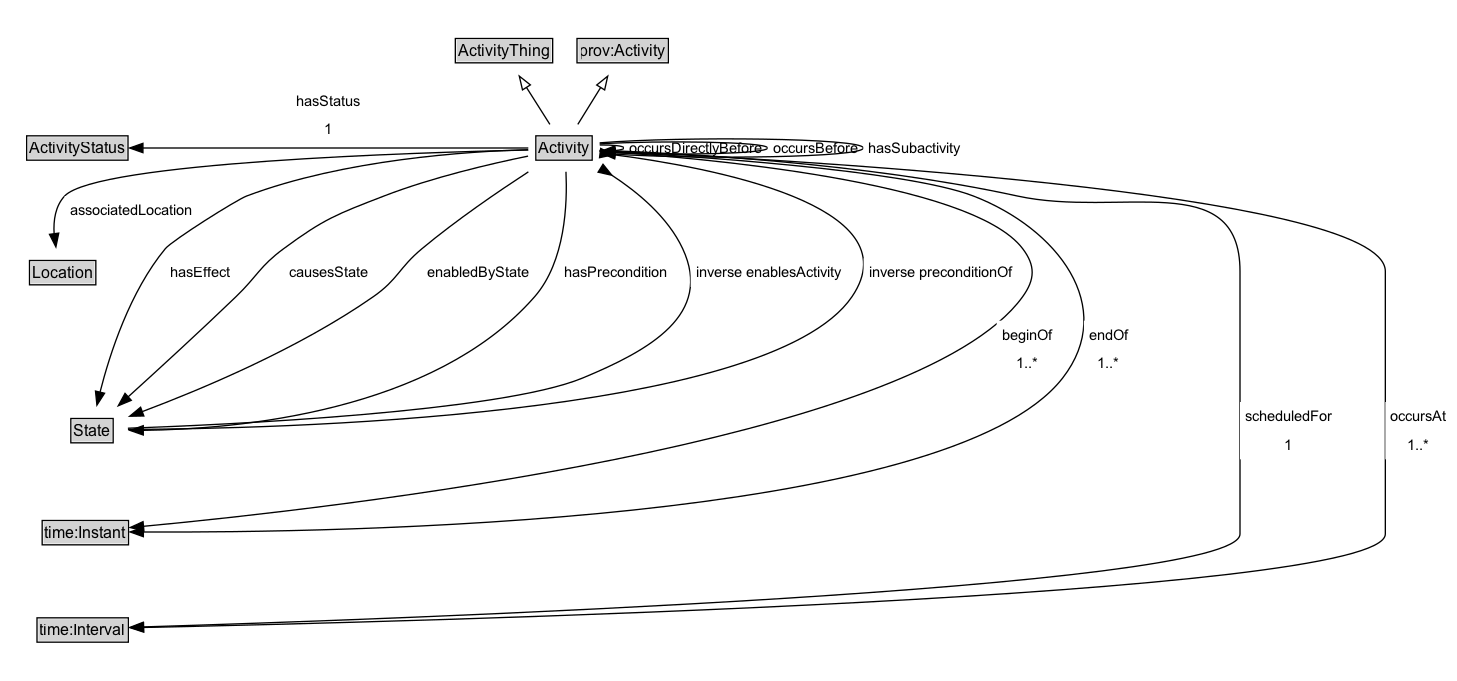
This is docs/diagrams/Activity.dot.png from ISO-TC204/ontology-cdm-p1-v1, a Graphviz export, as it was before one commit. Its source is kept beside it as docs/diagrams/Activity.dot. The source it was exported from:
```dot
digraph {
	graph [overlap=false rankdir=TB splines=true]
	node [fontname=Arial fontsize=12 margin=0 shape=none]
	edge [fontname=Arial fontsize=11]
	{
		rank=source
		ActivityThing [label=<<TABLE BORDER="1" CELLBORDER="0" CELLSPACING="0" CELLPADDING="1"><TR><TD BGCOLOR="lightgray" ALIGN="CENTER">ActivityThing</TD></TR></TABLE>> URL="../ActivityThing" margin=0]
		prov_Activity [label=<<TABLE BORDER="1" CELLBORDER="0" CELLSPACING="0" CELLPADDING="1"><TR><TD BGCOLOR="lightgray" ALIGN="CENTER">prov:Activity</TD></TR></TABLE>> URL="https://w3id.org/citydata/imported/prov/latest/Activity" margin=0]
	}
	Activity [label=<<TABLE BORDER="1" CELLBORDER="0" CELLSPACING="0" CELLPADDING="1"><TR><TD BGCOLOR="lightgray" ALIGN="CENTER">Activity</TD></TR></TABLE>> URL="../Activity" margin=0]
	{
		rank=max
	}
	subgraph cluster_associated {
		label="" style=invis
		Invis [label=<<TABLE BORDER="0" CELLBORDER="0" CELLSPACING="0" CELLPADDING="1"><TR><TD></TD></TR></TABLE>> margin=0 style=invis]
		ActivityStatus [label=<<TABLE BORDER="1" CELLBORDER="0" CELLSPACING="0" CELLPADDING="1"><TR><TD BGCOLOR="lightgray" ALIGN="CENTER">ActivityStatus</TD></TR></TABLE>> URL="../ActivityStatus" margin=0]
		Location [label=<<TABLE BORDER="1" CELLBORDER="0" CELLSPACING="0" CELLPADDING="1"><TR><TD BGCOLOR="lightgray" ALIGN="CENTER">Location</TD></TR></TABLE>> URL="../Location" margin=0]
		State [label=<<TABLE BORDER="1" CELLBORDER="0" CELLSPACING="0" CELLPADDING="1"><TR><TD BGCOLOR="lightgray" ALIGN="CENTER">State</TD></TR></TABLE>> URL="../State" margin=0]
		time_Instant [label=<<TABLE BORDER="1" CELLBORDER="0" CELLSPACING="0" CELLPADDING="1"><TR><TD BGCOLOR="lightgray" ALIGN="CENTER">time:Instant</TD></TR></TABLE>> URL="https://w3id.org/citydata/imported/time/latest/Instant" margin=0]
		time_Interval [label=<<TABLE BORDER="1" CELLBORDER="0" CELLSPACING="0" CELLPADDING="1"><TR><TD BGCOLOR="lightgray" ALIGN="CENTER">time:Interval</TD></TR></TABLE>> URL="https://w3id.org/citydata/imported/time/latest/Interval" margin=0]
	}
	Activity -> ActivityThing [arrowhead=onormal style=solid]
	Activity -> prov_Activity [arrowhead=onormal style=solid]
	Activity -> Invis [style=invis]
	Invis -> ActivityStatus [style=invis]
	ActivityStatus -> Location [style=invis]
	Location -> State [style=invis]
	State -> time_Instant [style=invis]
	time_Instant -> time_Interval [style=invis]
	time_Interval [label=<<TABLE BORDER="1" CELLBORDER="0" CELLSPACING="0" CELLPADDING="1"><TR><TD BGCOLOR="lightgray" ALIGN="CENTER">time:Interval</TD></TR></TABLE>> URL="https://w3id.org/citydata/imported/time/latest/Interval" margin=0]
	Activity -> time_Interval [label=<<TABLE BORDER="0" CELLBORDER="0" CELLSPACING="0" CELLPADDING="4" BGCOLOR="white"><TR><TD ALIGN="CENTER">scheduledFor</TD></TR><TR><TD ALIGN="CENTER">1</TD></TR></TABLE>> arrowhead=normal style=solid]
	Location [label=<<TABLE BORDER="1" CELLBORDER="0" CELLSPACING="0" CELLPADDING="1"><TR><TD BGCOLOR="lightgray" ALIGN="CENTER">Location</TD></TR></TABLE>> URL="../Location" margin=0]
	Activity -> Location [label=<<TABLE BORDER="0" CELLBORDER="0" CELLSPACING="0" CELLPADDING="4" BGCOLOR="white"><TR><TD ALIGN="CENTER">associatedLocation</TD></TR></TABLE>> arrowhead=normal style=solid]
	time_Instant [label=<<TABLE BORDER="1" CELLBORDER="0" CELLSPACING="0" CELLPADDING="1"><TR><TD BGCOLOR="lightgray" ALIGN="CENTER">time:Instant</TD></TR></TABLE>> URL="https://w3id.org/citydata/imported/time/latest/Instant" margin=0]
	Activity -> time_Instant [label=<<TABLE BORDER="0" CELLBORDER="0" CELLSPACING="0" CELLPADDING="4" BGCOLOR="white"><TR><TD ALIGN="CENTER">beginOf</TD></TR><TR><TD ALIGN="CENTER">1..*</TD></TR></TABLE>> arrowhead=normal style=solid]
	ActivityStatus [label=<<TABLE BORDER="1" CELLBORDER="0" CELLSPACING="0" CELLPADDING="1"><TR><TD BGCOLOR="lightgray" ALIGN="CENTER">ActivityStatus</TD></TR></TABLE>> URL="../ActivityStatus" margin=0]
	Activity -> ActivityStatus [label=<<TABLE BORDER="0" CELLBORDER="0" CELLSPACING="0" CELLPADDING="4" BGCOLOR="white"><TR><TD ALIGN="CENTER">hasStatus</TD></TR><TR><TD ALIGN="CENTER">1</TD></TR></TABLE>> arrowhead=normal style=solid]
	State [label=<<TABLE BORDER="1" CELLBORDER="0" CELLSPACING="0" CELLPADDING="1"><TR><TD BGCOLOR="lightgray" ALIGN="CENTER">State</TD></TR></TABLE>> URL="../State" margin=0]
	Activity -> State [label=<<TABLE BORDER="0" CELLBORDER="0" CELLSPACING="0" CELLPADDING="4" BGCOLOR="white"><TR><TD ALIGN="CENTER">hasEffect</TD></TR></TABLE>> arrowhead=normal style=solid]
	Activity -> State [label=<<TABLE BORDER="0" CELLBORDER="0" CELLSPACING="0" CELLPADDING="4" BGCOLOR="white"><TR><TD ALIGN="CENTER">causesState</TD></TR></TABLE>> arrowhead=normal style=solid]
	Activity [label=<<TABLE BORDER="1" CELLBORDER="0" CELLSPACING="0" CELLPADDING="1"><TR><TD BGCOLOR="lightgray" ALIGN="CENTER">Activity</TD></TR></TABLE>> URL="../Activity" margin=0]
	Activity -> Activity [label=<<TABLE BORDER="0" CELLBORDER="0" CELLSPACING="0" CELLPADDING="4" BGCOLOR="white"><TR><TD ALIGN="CENTER">occursDirectlyBefore</TD></TR></TABLE>> arrowhead=normal style=solid]
	Activity -> Activity [label=<<TABLE BORDER="0" CELLBORDER="0" CELLSPACING="0" CELLPADDING="4" BGCOLOR="white"><TR><TD ALIGN="CENTER">occursBefore</TD></TR></TABLE>> arrowhead=normal style=solid]
	Activity -> time_Interval [label=<<TABLE BORDER="0" CELLBORDER="0" CELLSPACING="0" CELLPADDING="4" BGCOLOR="white"><TR><TD ALIGN="CENTER">occursAt</TD></TR><TR><TD ALIGN="CENTER">1..*</TD></TR></TABLE>> arrowhead=normal style=solid]
	Activity -> Activity [label=<<TABLE BORDER="0" CELLBORDER="0" CELLSPACING="0" CELLPADDING="4" BGCOLOR="white"><TR><TD ALIGN="CENTER">hasSubactivity</TD></TR></TABLE>> arrowhead=normal style=solid]
	Activity -> time_Instant [label=<<TABLE BORDER="0" CELLBORDER="0" CELLSPACING="0" CELLPADDING="4" BGCOLOR="white"><TR><TD ALIGN="CENTER">endOf</TD></TR><TR><TD ALIGN="CENTER">1..*</TD></TR></TABLE>> arrowhead=normal style=solid]
	State -> Activity [label=<<TABLE BORDER="0" CELLBORDER="0" CELLSPACING="0" CELLPADDING="4" BGCOLOR="white"><TR><TD ALIGN="CENTER">inverse enablesActivity</TD></TR></TABLE>> arrowhead=inv style=solid]
	State -> Activity [label=<<TABLE BORDER="0" CELLBORDER="0" CELLSPACING="0" CELLPADDING="4" BGCOLOR="white"><TR><TD ALIGN="CENTER">inverse preconditionOf</TD></TR></TABLE>> arrowhead=inv style=solid]
	Activity -> State [label=<<TABLE BORDER="0" CELLBORDER="0" CELLSPACING="0" CELLPADDING="4" BGCOLOR="white"><TR><TD ALIGN="CENTER">enabledByState</TD></TR></TABLE>> arrowhead=normal style=solid]
	Activity -> State [label=<<TABLE BORDER="0" CELLBORDER="0" CELLSPACING="0" CELLPADDING="4" BGCOLOR="white"><TR><TD ALIGN="CENTER">hasPrecondition</TD></TR></TABLE>> arrowhead=normal style=solid]
}
```
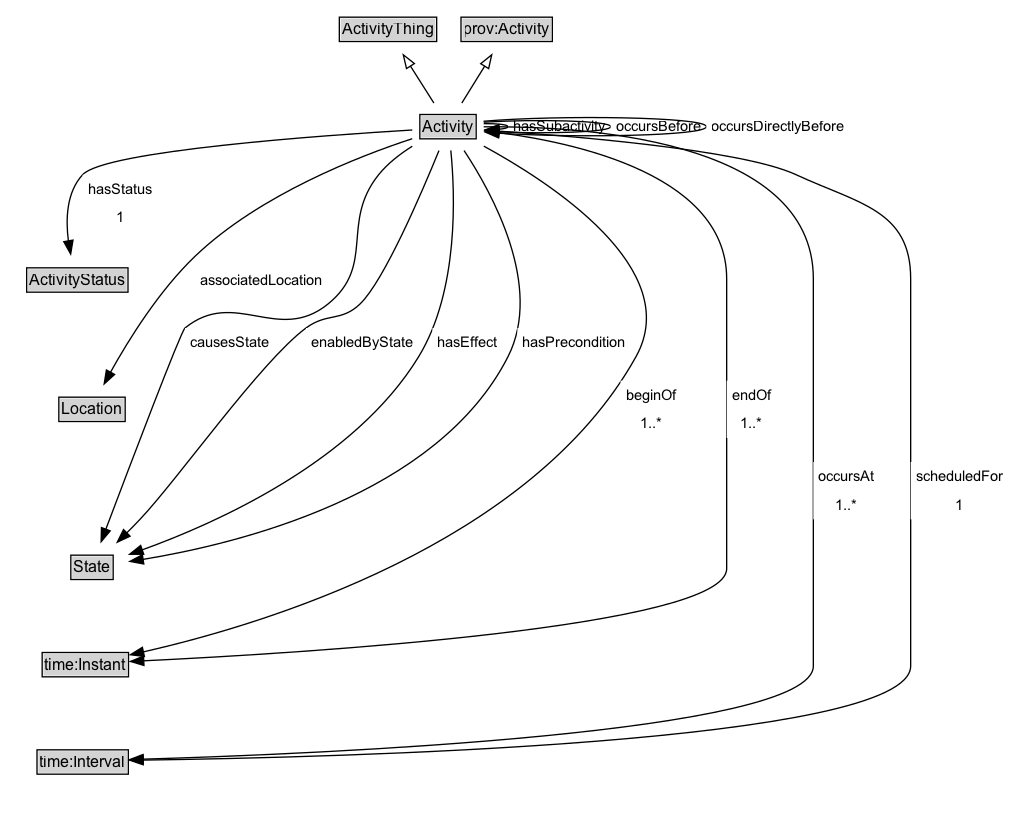
Later version of the same file.

What changed in the source:
```diff
@@ -28,25 +28,23 @@
 	Location -> State [style=invis]
 	State -> time_Instant [style=invis]
 	time_Instant -> time_Interval [style=invis]
-	time_Interval [label=<<TABLE BORDER="1" CELLBORDER="0" CELLSPACING="0" CELLPADDING="1"><TR><TD BGCOLOR="lightgray" ALIGN="CENTER">time:Interval</TD></TR></TABLE>> URL="https://w3id.org/citydata/imported/time/latest/Interval" margin=0]
-	Activity -> time_Interval [label=<<TABLE BORDER="0" CELLBORDER="0" CELLSPACING="0" CELLPADDING="4" BGCOLOR="white"><TR><TD ALIGN="CENTER">scheduledFor</TD></TR><TR><TD ALIGN="CENTER">1</TD></TR></TABLE>> arrowhead=normal style=solid]
 	Location [label=<<TABLE BORDER="1" CELLBORDER="0" CELLSPACING="0" CELLPADDING="1"><TR><TD BGCOLOR="lightgray" ALIGN="CENTER">Location</TD></TR></TABLE>> URL="../Location" margin=0]
 	Activity -> Location [label=<<TABLE BORDER="0" CELLBORDER="0" CELLSPACING="0" CELLPADDING="4" BGCOLOR="white"><TR><TD ALIGN="CENTER">associatedLocation</TD></TR></TABLE>> arrowhead=normal style=solid]
+	State [label=<<TABLE BORDER="1" CELLBORDER="0" CELLSPACING="0" CELLPADDING="1"><TR><TD BGCOLOR="lightgray" ALIGN="CENTER">State</TD></TR></TABLE>> URL="../State" margin=0]
+	Activity -> State [label=<<TABLE BORDER="0" CELLBORDER="0" CELLSPACING="0" CELLPADDING="4" BGCOLOR="white"><TR><TD ALIGN="CENTER">causesState</TD></TR></TABLE>> arrowhead=normal style=solid]
+	Activity -> State [label=<<TABLE BORDER="0" CELLBORDER="0" CELLSPACING="0" CELLPADDING="4" BGCOLOR="white"><TR><TD ALIGN="CENTER">enabledByState</TD></TR></TABLE>> arrowhead=normal style=solid]
+	Activity -> State [label=<<TABLE BORDER="0" CELLBORDER="0" CELLSPACING="0" CELLPADDING="4" BGCOLOR="white"><TR><TD ALIGN="CENTER">hasEffect</TD></TR></TABLE>> arrowhead=normal style=solid]
+	Activity -> State [label=<<TABLE BORDER="0" CELLBORDER="0" CELLSPACING="0" CELLPADDING="4" BGCOLOR="white"><TR><TD ALIGN="CENTER">hasPrecondition</TD></TR></TABLE>> arrowhead=normal style=solid]
+	Activity [label=<<TABLE BORDER="1" CELLBORDER="0" CELLSPACING="0" CELLPADDING="1"><TR><TD BGCOLOR="lightgray" ALIGN="CENTER">Activity</TD></TR></TABLE>> URL="../Activity" margin=0]
+	Activity -> Activity [label=<<TABLE BORDER="0" CELLBORDER="0" CELLSPACING="0" CELLPADDING="4" BGCOLOR="white"><TR><TD ALIGN="CENTER">hasSubactivity</TD></TR></TABLE>> arrowhead=normal style=solid]
+	Activity -> Activity [label=<<TABLE BORDER="0" CELLBORDER="0" CELLSPACING="0" CELLPADDING="4" BGCOLOR="white"><TR><TD ALIGN="CENTER">occursBefore</TD></TR></TABLE>> arrowhead=normal style=solid]
+	Activity -> Activity [label=<<TABLE BORDER="0" CELLBORDER="0" CELLSPACING="0" CELLPADDING="4" BGCOLOR="white"><TR><TD ALIGN="CENTER">occursDirectlyBefore</TD></TR></TABLE>> arrowhead=normal style=solid]
 	time_Instant [label=<<TABLE BORDER="1" CELLBORDER="0" CELLSPACING="0" CELLPADDING="1"><TR><TD BGCOLOR="lightgray" ALIGN="CENTER">time:Instant</TD></TR></TABLE>> URL="https://w3id.org/citydata/imported/time/latest/Instant" margin=0]
 	Activity -> time_Instant [label=<<TABLE BORDER="0" CELLBORDER="0" CELLSPACING="0" CELLPADDING="4" BGCOLOR="white"><TR><TD ALIGN="CENTER">beginOf</TD></TR><TR><TD ALIGN="CENTER">1..*</TD></TR></TABLE>> arrowhead=normal style=solid]
+	Activity -> time_Instant [label=<<TABLE BORDER="0" CELLBORDER="0" CELLSPACING="0" CELLPADDING="4" BGCOLOR="white"><TR><TD ALIGN="CENTER">endOf</TD></TR><TR><TD ALIGN="CENTER">1..*</TD></TR></TABLE>> arrowhead=normal style=solid]
+	time_Interval [label=<<TABLE BORDER="1" CELLBORDER="0" CELLSPACING="0" CELLPADDING="1"><TR><TD BGCOLOR="lightgray" ALIGN="CENTER">time:Interval</TD></TR></TABLE>> URL="https://w3id.org/citydata/imported/time/latest/Interval" margin=0]
+	Activity -> time_Interval [label=<<TABLE BORDER="0" CELLBORDER="0" CELLSPACING="0" CELLPADDING="4" BGCOLOR="white"><TR><TD ALIGN="CENTER">occursAt</TD></TR><TR><TD ALIGN="CENTER">1..*</TD></TR></TABLE>> arrowhead=normal style=solid]
 	ActivityStatus [label=<<TABLE BORDER="1" CELLBORDER="0" CELLSPACING="0" CELLPADDING="1"><TR><TD BGCOLOR="lightgray" ALIGN="CENTER">ActivityStatus</TD></TR></TABLE>> URL="../ActivityStatus" margin=0]
 	Activity -> ActivityStatus [label=<<TABLE BORDER="0" CELLBORDER="0" CELLSPACING="0" CELLPADDING="4" BGCOLOR="white"><TR><TD ALIGN="CENTER">hasStatus</TD></TR><TR><TD ALIGN="CENTER">1</TD></TR></TABLE>> arrowhead=normal style=solid]
-	State [label=<<TABLE BORDER="1" CELLBORDER="0" CELLSPACING="0" CELLPADDING="1"><TR><TD BGCOLOR="lightgray" ALIGN="CENTER">State</TD></TR></TABLE>> URL="../State" margin=0]
-	Activity -> State [label=<<TABLE BORDER="0" CELLBORDER="0" CELLSPACING="0" CELLPADDING="4" BGCOLOR="white"><TR><TD ALIGN="CENTER">hasEffect</TD></TR></TABLE>> arrowhead=normal style=solid]
-	Activity -> State [label=<<TABLE BORDER="0" CELLBORDER="0" CELLSPACING="0" CELLPADDING="4" BGCOLOR="white"><TR><TD ALIGN="CENTER">causesState</TD></TR></TABLE>> arrowhead=normal style=solid]
-	Activity [label=<<TABLE BORDER="1" CELLBORDER="0" CELLSPACING="0" CELLPADDING="1"><TR><TD BGCOLOR="lightgray" ALIGN="CENTER">Activity</TD></TR></TABLE>> URL="../Activity" margin=0]
-	Activity -> Activity [label=<<TABLE BORDER="0" CELLBORDER="0" CELLSPACING="0" CELLPADDING="4" BGCOLOR="white"><TR><TD ALIGN="CENTER">occursDirectlyBefore</TD></TR></TABLE>> arrowhead=normal style=solid]
-	Activity -> Activity [label=<<TABLE BORDER="0" CELLBORDER="0" CELLSPACING="0" CELLPADDING="4" BGCOLOR="white"><TR><TD ALIGN="CENTER">occursBefore</TD></TR></TABLE>> arrowhead=normal style=solid]
-	Activity -> time_Interval [label=<<TABLE BORDER="0" CELLBORDER="0" CELLSPACING="0" CELLPADDING="4" BGCOLOR="white"><TR><TD ALIGN="CENTER">occursAt</TD></TR><TR><TD ALIGN="CENTER">1..*</TD></TR></TABLE>> arrowhead=normal style=solid]
-	Activity -> Activity [label=<<TABLE BORDER="0" CELLBORDER="0" CELLSPACING="0" CELLPADDING="4" BGCOLOR="white"><TR><TD ALIGN="CENTER">hasSubactivity</TD></TR></TABLE>> arrowhead=normal style=solid]
-	Activity -> time_Instant [label=<<TABLE BORDER="0" CELLBORDER="0" CELLSPACING="0" CELLPADDING="4" BGCOLOR="white"><TR><TD ALIGN="CENTER">endOf</TD></TR><TR><TD ALIGN="CENTER">1..*</TD></TR></TABLE>> arrowhead=normal style=solid]
-	State -> Activity [label=<<TABLE BORDER="0" CELLBORDER="0" CELLSPACING="0" CELLPADDING="4" BGCOLOR="white"><TR><TD ALIGN="CENTER">inverse enablesActivity</TD></TR></TABLE>> arrowhead=inv style=solid]
-	State -> Activity [label=<<TABLE BORDER="0" CELLBORDER="0" CELLSPACING="0" CELLPADDING="4" BGCOLOR="white"><TR><TD ALIGN="CENTER">inverse preconditionOf</TD></TR></TABLE>> arrowhead=inv style=solid]
-	Activity -> State [label=<<TABLE BORDER="0" CELLBORDER="0" CELLSPACING="0" CELLPADDING="4" BGCOLOR="white"><TR><TD ALIGN="CENTER">enabledByState</TD></TR></TABLE>> arrowhead=normal style=solid]
-	Activity -> State [label=<<TABLE BORDER="0" CELLBORDER="0" CELLSPACING="0" CELLPADDING="4" BGCOLOR="white"><TR><TD ALIGN="CENTER">hasPrecondition</TD></TR></TABLE>> arrowhead=normal style=solid]
+	Activity -> time_Interval [label=<<TABLE BORDER="0" CELLBORDER="0" CELLSPACING="0" CELLPADDING="4" BGCOLOR="white"><TR><TD ALIGN="CENTER">scheduledFor</TD></TR><TR><TD ALIGN="CENTER">1</TD></TR></TABLE>> arrowhead=normal style=solid]
 }
```
